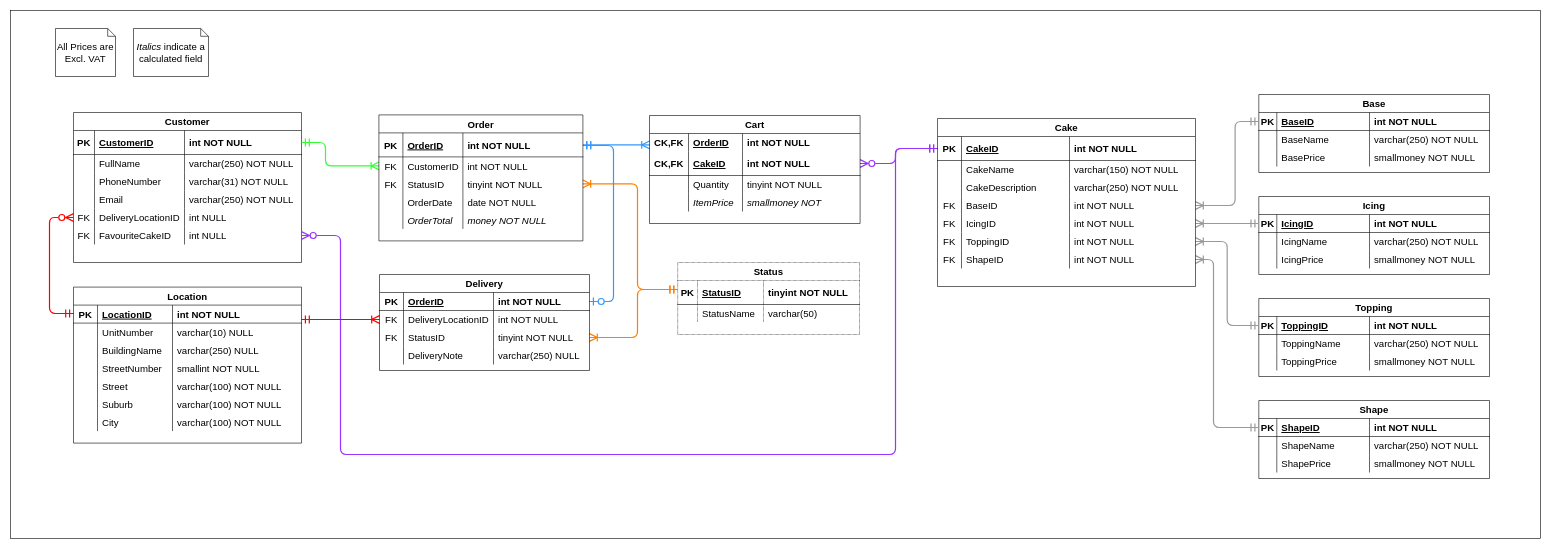
The draw.io diagram Documentation/ERD Diagram.drawio in TauRamodise/LetThemEatCake, before the edit. Source tidied: cells renumbered, new cells numbered last; positions are measured from the earlier drawing's top-left corner, leaving out a move shared by most shapes. Both pictures are drawn from the tidied source at 60%, with x=0, y=0 at pixel (10, 10).
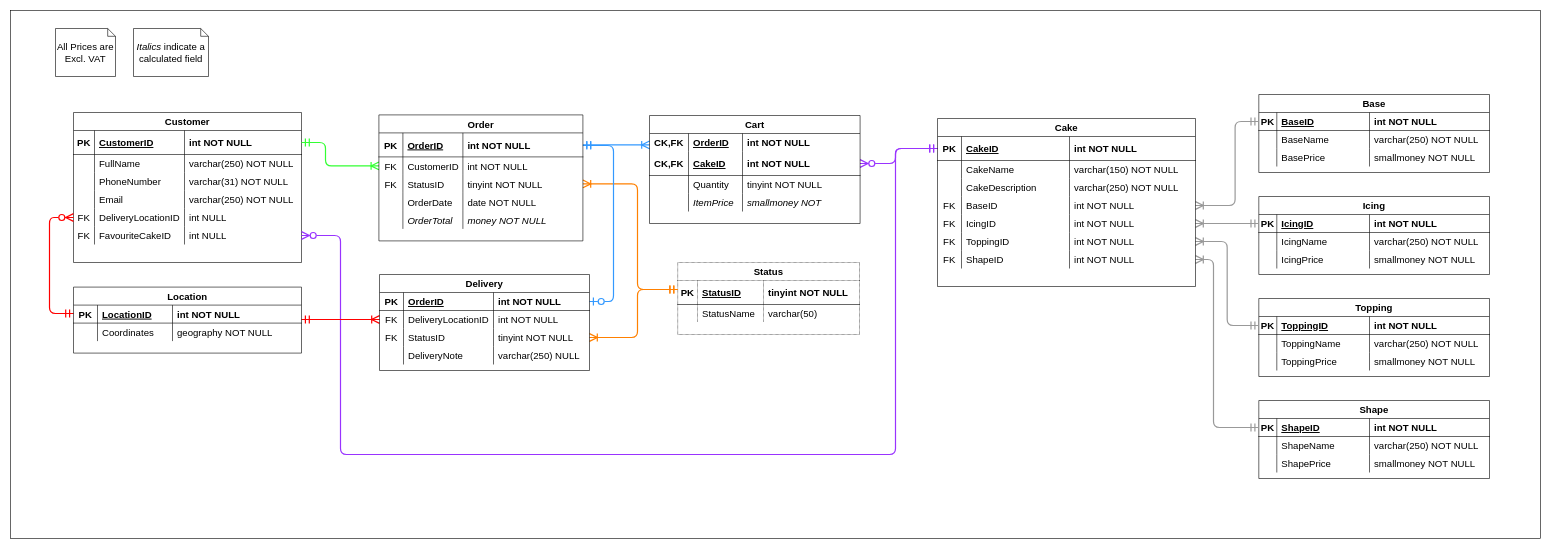
After the change.

Commit message:
Updated Location with Coordinates

What changed in the source:
```diff
@@
     <mxCell id="189" value="Location" style="shape=table;startSize=30;childLayout=tableLayout;rowLines=0;fontStyle=1;align=center;labelBorderColor=none;fontSize=16;fillColor=none;" parent="1" vertex="1">
-      <mxGeometry x="105" y="461" width="380" height="260" as="geometry" />
+      <mxGeometry x="105" y="461" width="380" height="110" as="geometry" />
     </mxCell>
@@
-    <mxCell id="194" style="shape=tableRow;horizontal=0;startSize=0;swimlaneHead=0;swimlaneBody=0;fillColor=none;top=0;left=0;right=0;bottom=0;labelBorderColor=none;fontSize=16;" parent="189" vertex="1">
-      <mxGeometry y="60" width="380" height="30" as="geometry" />
-    </mxCell>
-    <mxCell id="195" style="shape=partialRectangle;fillColor=none;top=0;left=0;bottom=0;right=0;overflow=hidden;labelBorderColor=none;fontSize=16;" parent="194" vertex="1">
-      <mxGeometry width="40" height="30" as="geometry" />
-    </mxCell>
-    <mxCell id="196" value="UnitNumber" style="shape=partialRectangle;fillColor=none;top=0;left=0;bottom=0;right=0;align=left;spacingLeft=6;overflow=hidden;labelBorderColor=none;fontSize=16;" parent="194" vertex="1">
-      <mxGeometry x="40" width="125" height="30" as="geometry" />
-    </mxCell>
-    <mxCell id="197" value="varchar(10) NULL" style="shape=partialRectangle;fillColor=none;top=0;left=0;bottom=0;right=0;align=left;spacingLeft=6;overflow=hidden;labelBorderColor=none;fontSize=16;" parent="194" vertex="1">
-      <mxGeometry x="165" width="215" height="30" as="geometry" />
-    </mxCell>
-    <mxCell id="198" style="shape=tableRow;horizontal=0;startSize=0;swimlaneHead=0;swimlaneBody=0;fillColor=none;top=0;left=0;right=0;bottom=0;labelBorderColor=none;fontSize=16;" parent="189" vertex="1">
-      <mxGeometry y="90" width="380" height="30" as="geometry" />
-    </mxCell>
-    <mxCell id="199" style="shape=partialRectangle;fillColor=none;top=0;left=0;bottom=0;right=0;overflow=hidden;labelBorderColor=none;fontSize=16;" parent="198" vertex="1">
-      <mxGeometry width="40" height="30" as="geometry" />
-    </mxCell>
-    <mxCell id="200" value="BuildingName" style="shape=partialRectangle;fillColor=none;top=0;left=0;bottom=0;right=0;align=left;spacingLeft=6;overflow=hidden;labelBorderColor=none;fontSize=16;" parent="198" vertex="1">
-      <mxGeometry x="40" width="125" height="30" as="geometry" />
-    </mxCell>
-    <mxCell id="201" value="varchar(250) NULL" style="shape=partialRectangle;fillColor=none;top=0;left=0;bottom=0;right=0;align=left;spacingLeft=6;overflow=hidden;labelBorderColor=none;fontSize=16;" parent="198" vertex="1">
-      <mxGeometry x="165" width="215" height="30" as="geometry" />
-    </mxCell>
-    <mxCell id="202" style="shape=tableRow;horizontal=0;startSize=0;swimlaneHead=0;swimlaneBody=0;fillColor=none;top=0;left=0;right=0;bottom=0;labelBorderColor=none;fontSize=16;" parent="189" vertex="1">
-      <mxGeometry y="120" width="380" height="30" as="geometry" />
-    </mxCell>
-    <mxCell id="203" style="shape=partialRectangle;fillColor=none;top=0;left=0;bottom=0;right=0;overflow=hidden;labelBorderColor=none;fontSize=16;" parent="202" vertex="1">
-      <mxGeometry width="40" height="30" as="geometry" />
-    </mxCell>
-    <mxCell id="204" value="StreetNumber" style="shape=partialRectangle;fillColor=none;top=0;left=0;bottom=0;right=0;align=left;spacingLeft=6;overflow=hidden;labelBorderColor=none;fontSize=16;" parent="202" vertex="1">
-      <mxGeometry x="40" width="125" height="30" as="geometry" />
-    </mxCell>
-    <mxCell id="205" value="smallint NOT NULL" style="shape=partialRectangle;fillColor=none;top=0;left=0;bottom=0;right=0;align=left;spacingLeft=6;overflow=hidden;labelBorderColor=none;fontSize=16;" parent="202" vertex="1">
-      <mxGeometry x="165" width="215" height="30" as="geometry" />
-    </mxCell>
-    <mxCell id="206" style="shape=tableRow;horizontal=0;startSize=0;swimlaneHead=0;swimlaneBody=0;fillColor=none;top=0;left=0;right=0;bottom=0;labelBorderColor=none;fontSize=16;" parent="189" vertex="1">
-      <mxGeometry y="150" width="380" height="30" as="geometry" />
-    </mxCell>
-    <mxCell id="207" style="shape=partialRectangle;fillColor=none;top=0;left=0;bottom=0;right=0;overflow=hidden;labelBorderColor=none;fontSize=16;" parent="206" vertex="1">
-      <mxGeometry width="40" height="30" as="geometry" />
-    </mxCell>
-    <mxCell id="208" value="Street" style="shape=partialRectangle;fillColor=none;top=0;left=0;bottom=0;right=0;align=left;spacingLeft=6;overflow=hidden;labelBorderColor=none;fontSize=16;" parent="206" vertex="1">
-      <mxGeometry x="40" width="125" height="30" as="geometry" />
-    </mxCell>
-    <mxCell id="209" value="varchar(100) NOT NULL" style="shape=partialRectangle;fillColor=none;top=0;left=0;bottom=0;right=0;align=left;spacingLeft=6;overflow=hidden;labelBorderColor=none;fontSize=16;" parent="206" vertex="1">
-      <mxGeometry x="165" width="215" height="30" as="geometry" />
-    </mxCell>
-    <mxCell id="210" style="shape=tableRow;horizontal=0;startSize=0;swimlaneHead=0;swimlaneBody=0;fillColor=none;top=0;left=0;right=0;bottom=0;labelBorderColor=none;fontSize=16;" parent="189" vertex="1">
-      <mxGeometry y="180" width="380" height="30" as="geometry" />
-    </mxCell>
-    <mxCell id="211" style="shape=partialRectangle;fillColor=none;top=0;left=0;bottom=0;right=0;overflow=hidden;labelBorderColor=none;fontSize=16;" parent="210" vertex="1">
-      <mxGeometry width="40" height="30" as="geometry" />
-    </mxCell>
-    <mxCell id="212" value="Suburb" style="shape=partialRectangle;fillColor=none;top=0;left=0;bottom=0;right=0;align=left;spacingLeft=6;overflow=hidden;labelBorderColor=none;fontSize=16;" parent="210" vertex="1">
-      <mxGeometry x="40" width="125" height="30" as="geometry" />
-    </mxCell>
-    <mxCell id="213" value="varchar(100) NOT NULL" style="shape=partialRectangle;fillColor=none;top=0;left=0;bottom=0;right=0;align=left;spacingLeft=6;overflow=hidden;labelBorderColor=none;fontSize=16;" parent="210" vertex="1">
-      <mxGeometry x="165" width="215" height="30" as="geometry" />
-    </mxCell>
     <mxCell id="214" style="shape=tableRow;horizontal=0;startSize=0;swimlaneHead=0;swimlaneBody=0;fillColor=none;top=0;left=0;right=0;bottom=0;labelBorderColor=none;fontSize=16;" parent="189" vertex="1">
-      <mxGeometry y="210" width="380" height="30" as="geometry" />
+      <mxGeometry y="60" width="380" height="30" as="geometry" />
     </mxCell>
@@
-    <mxCell id="216" value="City" style="shape=partialRectangle;fillColor=none;top=0;left=0;bottom=0;right=0;align=left;spacingLeft=6;overflow=hidden;labelBorderColor=none;fontSize=16;" parent="214" vertex="1">
+    <mxCell id="216" value="Coordinates" style="shape=partialRectangle;fillColor=none;top=0;left=0;bottom=0;right=0;align=left;spacingLeft=6;overflow=hidden;labelBorderColor=none;fontSize=16;" parent="214" vertex="1">
       <mxGeometry x="40" width="125" height="30" as="geometry" />
     </mxCell>
-    <mxCell id="217" value="varchar(100) NOT NULL" style="shape=partialRectangle;fillColor=none;top=0;left=0;bottom=0;right=0;align=left;spacingLeft=6;overflow=hidden;labelBorderColor=none;fontSize=16;" parent="214" vertex="1">
+    <mxCell id="217" value="geography NOT NULL" style="shape=partialRectangle;fillColor=none;top=0;left=0;bottom=0;right=0;align=left;spacingLeft=6;overflow=hidden;labelBorderColor=none;fontSize=16;" parent="214" vertex="1">
       <mxGeometry x="165" width="215" height="30" as="geometry" />
     </mxCell>
```
